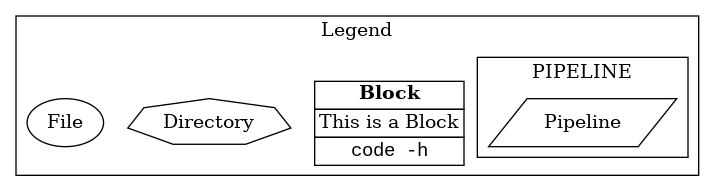
Above: examples/example/graph.png in tivvit/yap (Graphviz), before the change. Its source is kept beside it as examples/example/graph.dot.
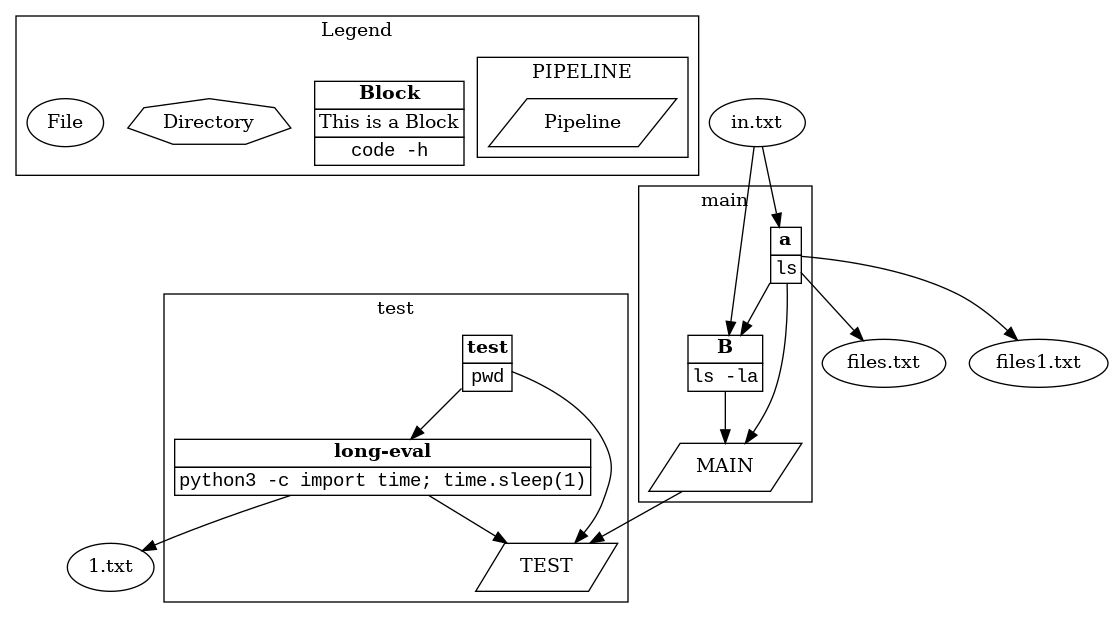
Later version of the same file.

The edit, as a diff of the source:
```diff
@@ -1,16 +1,46 @@
 digraph  {
-	subgraph cluster_s0 {
-		ID = "cluster_s0";
+	subgraph cluster_s2 {
+		ID = "cluster_s2";
 		subgraph cluster_s0 {
 			ID = "cluster_s0";
 			label="PIPELINE";
-			n3[label="Pipeline",shape="parallelogram"];
+			n13[label="Pipeline",shape="parallelogram"];
 
 		}label="Legend";
-		n4[label=<<table border="0" cellborder="1" cellspacing="0"><tr><td><b>Block</b></td></tr><tr><td>This is a Block</td></tr><tr><td><font face="Courier New, Courier, monospace">code -h</font></td></tr></table>>,shape="plain"];
-		n2[label="Directory",shape="septagon"];
-		n1[label="File",shape="oval"];
+		n14[label=<<table border="0" cellborder="1" cellspacing="0"><tr><td><b>Block</b></td></tr><tr><td>This is a Block</td></tr><tr><td><font face="Courier New, Courier, monospace">code -h</font></td></tr></table>>,shape="plain"];
+		n12[label="Directory",shape="septagon"];
+		n11[label="File",shape="oval"];
+
+	}subgraph cluster_s0 {
+		ID = "cluster_s0";
+		label="main";
+		n2[label=<<table border="0" cellborder="1" cellspacing="0"><tr><td><b>B</b></td></tr><tr><td><font face="Courier New, Courier, monospace">ls -la</font></td></tr></table>>,shape="plain"];
+		n3[label=<<table border="0" cellborder="1" cellspacing="0"><tr><td><b>a</b></td></tr><tr><td><font face="Courier New, Courier, monospace">ls</font></td></tr></table>>,shape="plain"];
+		n1[label="MAIN",shape="parallelogram"];
+
+	}subgraph cluster_s1 {
+		ID = "cluster_s1";
+		label="test";
+		n6[label=<<table border="0" cellborder="1" cellspacing="0"><tr><td><b>long-eval</b></td></tr><tr><td><font face="Courier New, Courier, monospace">python3 -c import time; time.sleep(1)</font></td></tr></table>>,shape="plain"];
+		n5[label=<<table border="0" cellborder="1" cellspacing="0"><tr><td><b>test</b></td></tr><tr><td><font face="Courier New, Courier, monospace">pwd</font></td></tr></table>>,shape="plain"];
+		n4[label="TEST",shape="parallelogram"];
 
 	}
+	n10[label="1.txt",shape="oval"];
+	n8[label="files.txt",shape="oval"];
+	n9[label="files1.txt",shape="oval"];
+	n7[label="in.txt",shape="oval"];
+	n2->n1;
+	n3->n2;
+	n3->n8;
+	n3->n9;
+	n3->n1;
+	n6->n10;
+	n6->n4;
+	n5->n6;
+	n5->n4;
+	n7->n2;
+	n7->n3;
+	n1->n4;
 
 }
```
